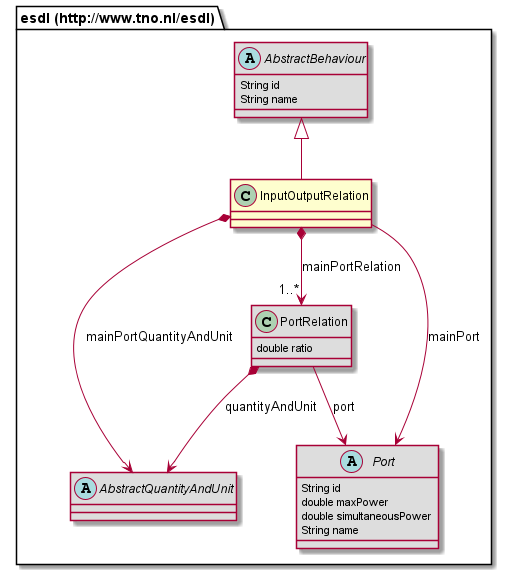
Before: 687474703a2f2f7777772e746e6f2e6e6c2f6573646c/InputOutputRelation.png, a diagram exported from PlantUML (EnergyTransition/energytransition.github.io).
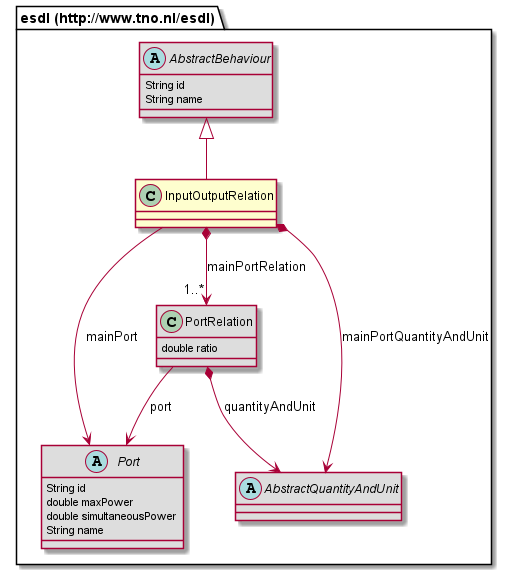
Above is the later version.

The edit, as a diff of the source:
```diff
@@ -1,5 +1,13 @@
 @startuml
 class "esdl (http://www.tno.nl/esdl).InputOutputRelation" [[#router/doc-content/687474703a2f2f7777772e746e6f2e6e6c2f6573646c/InputOutputRelation.html{Describes the relation between one of the ports of an asset (the mainPort) and all other ports using a specific ratio. }]] {
+}
+abstract class "esdl (http://www.tno.nl/esdl).Port" [[#router/doc-content/687474703a2f2f7777772e746e6f2e6e6c2f6573646c/Port.html{Ports allow connections between EnergyAssets. }]] #DDDDDD {
+	String id
+	double maxPower
+	double simultaneousPower
+	String name
+}
+abstract class "esdl (http://www.tno.nl/esdl).AbstractQuantityAndUnit" [[#router/doc-content/687474703a2f2f7777772e746e6f2e6e6c2f6573646c/AbstractQuantityAndUnit.html{Abstract class to describe QuantityAndUnitTypes or references to these}]] #DDDDDD {
 }
 abstract class "esdl (http://www.tno.nl/esdl).AbstractBehaviour" [[#router/doc-content/687474703a2f2f7777772e746e6f2e6e6c2f6573646c/AbstractBehaviour.html{Abstract class for specification of the (dynamic) behaviour of an asset}]] #DDDDDD {
 	String id
@@ -8,18 +16,10 @@
 class "esdl (http://www.tno.nl/esdl).PortRelation" [[#router/doc-content/687474703a2f2f7777772e746e6f2e6e6c2f6573646c/PortRelation.html{Specifies the relation between a port and the main port using a specific ratio.}]] #DDDDDD {
 	double ratio
 }
-abstract class "esdl (http://www.tno.nl/esdl).AbstractQuantityAndUnit" [[#router/doc-content/687474703a2f2f7777772e746e6f2e6e6c2f6573646c/AbstractQuantityAndUnit.html{Abstract class to describe QuantityAndUnitTypes or references to these}]] #DDDDDD {
-}
-abstract class "esdl (http://www.tno.nl/esdl).Port" [[#router/doc-content/687474703a2f2f7777772e746e6f2e6e6c2f6573646c/Port.html{Ports allow connections between EnergyAssets. }]] #DDDDDD {
-	String id
-	double maxPower
-	double simultaneousPower
-	String name
-}
 "esdl (http://www.tno.nl/esdl).AbstractBehaviour" <|-- "esdl (http://www.tno.nl/esdl).InputOutputRelation"
-"esdl (http://www.tno.nl/esdl).PortRelation" --> "esdl (http://www.tno.nl/esdl).Port" : port
-"esdl (http://www.tno.nl/esdl).PortRelation" *--> "esdl (http://www.tno.nl/esdl).AbstractQuantityAndUnit" : quantityAndUnit
 "esdl (http://www.tno.nl/esdl).InputOutputRelation" *--> "1..*" "esdl (http://www.tno.nl/esdl).PortRelation" : mainPortRelation
 "esdl (http://www.tno.nl/esdl).InputOutputRelation" --> "esdl (http://www.tno.nl/esdl).Port" : mainPort
 "esdl (http://www.tno.nl/esdl).InputOutputRelation" *--> "esdl (http://www.tno.nl/esdl).AbstractQuantityAndUnit" : mainPortQuantityAndUnit
+"esdl (http://www.tno.nl/esdl).PortRelation" --> "esdl (http://www.tno.nl/esdl).Port" : port
+"esdl (http://www.tno.nl/esdl).PortRelation" *--> "esdl (http://www.tno.nl/esdl).AbstractQuantityAndUnit" : quantityAndUnit
 @enduml
```
